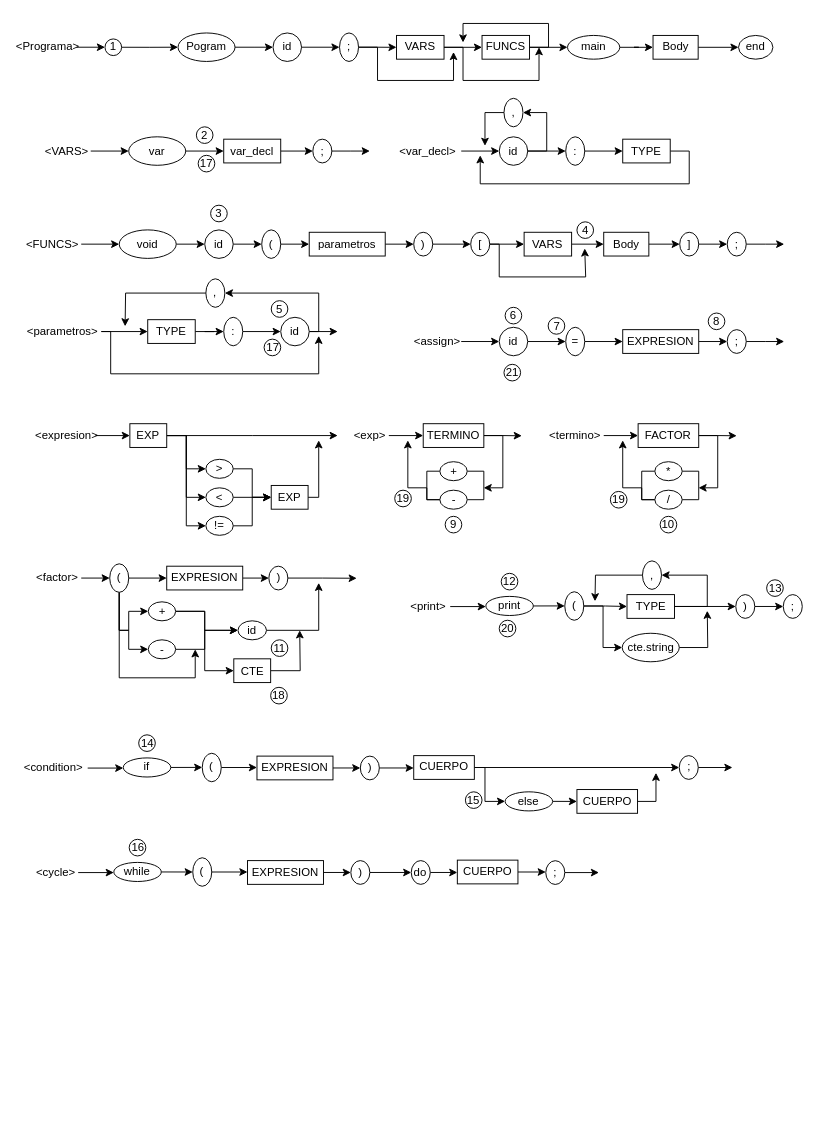
Above: docs/DiagramaBabyDuck.drawio in A00833574/Babyduck (draw.io), before the change. Source tidied: cells renumbered, new cells numbered last; positions are measured from the earlier drawing's top-left corner, leaving out a move shared by most shapes. Both pictures are drawn from the tidied source at 95%, with x=0, y=0 at pixel (19, 23).
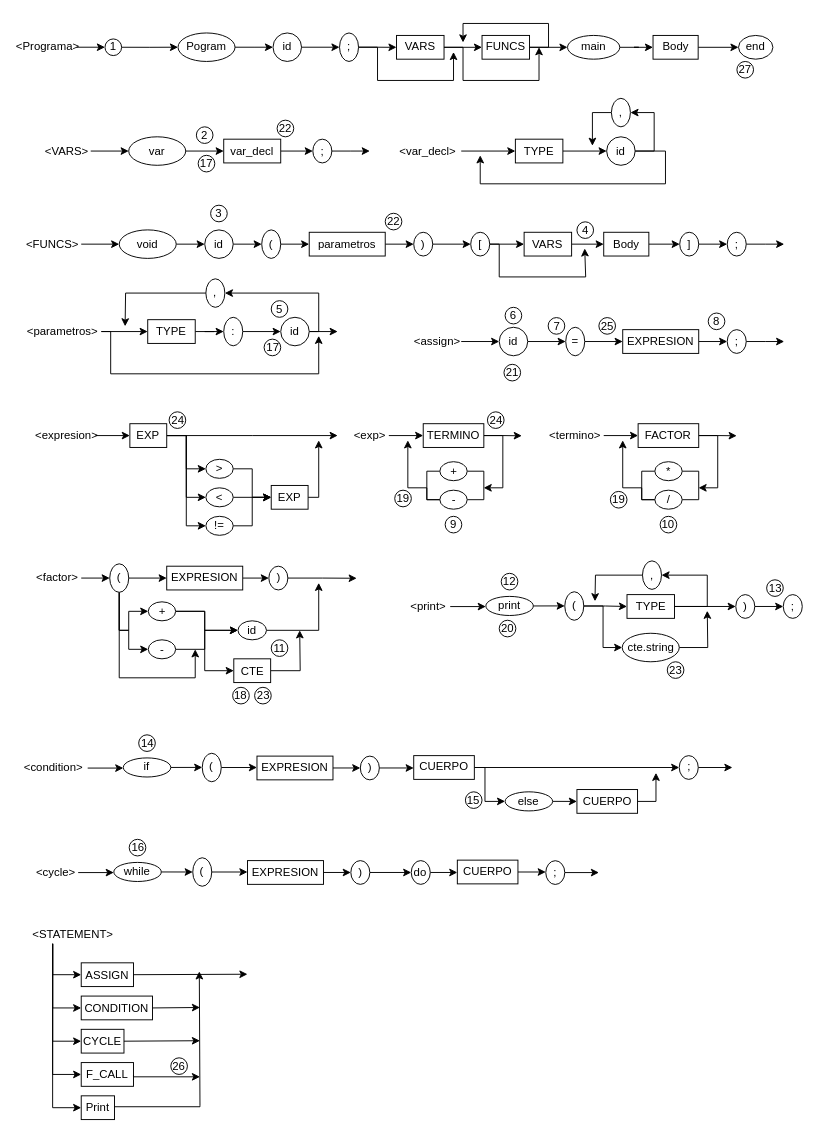
Above is the later version.

The change refers to these unchanged cells:
```xml
<mxCell id="62" value="&amp;lt;var_decl&amp;gt;" style="text;html=1;align=center;verticalAlign=middle;whiteSpace=wrap;rounded=0;" parent="1" vertex="1">
  <mxGeometry x="395" y="119.5" width="70" height="30" as="geometry" />
</mxCell>
```

Change to the diagram source:
```diff
@@
-    <mxCell id="52" style="edgeStyle=orthogonalEdgeStyle;rounded=0;jettySize=auto;html=1;" parent="1" edge="1" source="54" target="56">
-      <mxGeometry relative="1" as="geometry" />
-    </mxCell>
@@
     <mxCell id="54" value="id" style="ellipse;whiteSpace=wrap;html=1;" parent="1" vertex="1">
-      <mxGeometry x="505" y="119.5" width="30" height="30" as="geometry" />
+      <mxGeometry x="618.1" y="119.5" width="30" height="30" as="geometry" />
     </mxCell>
-    <mxCell id="55" style="edgeStyle=orthogonalEdgeStyle;rounded=0;jettySize=auto;html=1;" parent="1" edge="1" source="56" target="58">
-      <mxGeometry relative="1" as="geometry" />
-    </mxCell>
-    <mxCell id="56" value=":" style="ellipse;whiteSpace=wrap;html=1;" parent="1" vertex="1">
-      <mxGeometry x="575" y="119.5" width="20" height="30" as="geometry" />
-    </mxCell>
-    <mxCell id="57" style="edgeStyle=orthogonalEdgeStyle;rounded=0;jettySize=auto;html=1;exitX=1;exitY=0.5;exitDx=0;exitDy=0;" parent="1" edge="1" source="58">
+    <mxCell id="57" style="edgeStyle=orthogonalEdgeStyle;rounded=0;jettySize=auto;html=1;exitX=1;exitY=0.5;exitDx=0;exitDy=0;" parent="1" edge="1" source="54">
       <mxGeometry relative="1" as="geometry">
         <mxPoint x="485" y="139" as="targetPoint" />
         <Array as="points">
-          <mxPoint x="705" y="135" />
-          <mxPoint x="705" y="169" />
+          <mxPoint x="680" y="135" />
+          <mxPoint x="680" y="169" />
           <mxPoint x="485" y="169" />
         </Array>
       </mxGeometry>
     </mxCell>
-    <mxCell id="58" value="TYPE" style="whiteSpace=wrap;html=1;" parent="1" vertex="1">
-      <mxGeometry x="635" y="122" width="50" height="25" as="geometry" />
-    </mxCell>
     <mxCell id="59" style="edgeStyle=orthogonalEdgeStyle;rounded=0;jettySize=auto;html=1;exitX=0;exitY=0.5;exitDx=0;exitDy=0;" parent="1" edge="1" source="60">
       <mxGeometry relative="1" as="geometry">
-        <mxPoint x="490" y="129" as="targetPoint" />
+        <mxPoint x="603.1" y="129" as="targetPoint" />
       </mxGeometry>
     </mxCell>
     <mxCell id="60" value="," style="ellipse;whiteSpace=wrap;html=1;" parent="1" vertex="1">
-      <mxGeometry x="510" y="79" width="20" height="30" as="geometry" />
+      <mxGeometry x="623.1" y="79" width="20" height="30" as="geometry" />
     </mxCell>
-    <mxCell id="61" style="edgeStyle=orthogonalEdgeStyle;rounded=0;jettySize=auto;html=1;exitX=1;exitY=0.5;exitDx=0;exitDy=0;entryX=0;entryY=0.5;entryDx=0;entryDy=0;" parent="1" edge="1" source="62" target="54">
+    <mxCell id="61" style="edgeStyle=orthogonalEdgeStyle;rounded=0;jettySize=auto;html=1;exitX=1;exitY=0.5;exitDx=0;exitDy=0;entryX=0;entryY=0.5;entryDx=0;entryDy=0;" parent="1" edge="1" source="58" target="54">
       <mxGeometry relative="1" as="geometry" />
     </mxCell>
@@
     <mxCell id="212" value="18" style="ellipse;whiteSpace=wrap;html=1;" parent="1" vertex="1">
-      <mxGeometry x="264.4" y="699" width="17.5" height="17.5" as="geometry" />
+      <mxGeometry x="224.4" y="699" width="17.5" height="17.5" as="geometry" />
     </mxCell>
@@
+    <mxCell id="217" value="22" style="ellipse;whiteSpace=wrap;html=1;" parent="1" vertex="1">
+      <mxGeometry x="271.2" y="102" width="17.5" height="17.5" as="geometry" />
+    </mxCell>
+    <mxCell id="218" value="23" style="ellipse;whiteSpace=wrap;html=1;" parent="1" vertex="1">
+      <mxGeometry x="247.5" y="699" width="17.5" height="17.5" as="geometry" />
+    </mxCell>
+    <mxCell id="219" value="24" style="ellipse;whiteSpace=wrap;html=1;" parent="1" vertex="1">
+      <mxGeometry x="157.5" y="409" width="17.5" height="17.5" as="geometry" />
+    </mxCell>
+    <mxCell id="220" style="edgeStyle=orthogonalEdgeStyle;rounded=0;jettySize=auto;html=1;exitX=1;exitY=0.5;exitDx=0;exitDy=0;entryX=0;entryY=0.5;entryDx=0;entryDy=0;" parent="1" edge="1" source="62" target="58">
+      <mxGeometry relative="1" as="geometry" />
+    </mxCell>
+    <mxCell id="58" value="TYPE" style="whiteSpace=wrap;html=1;" parent="1" vertex="1">
+      <mxGeometry x="522" y="122" width="50" height="25" as="geometry" />
+    </mxCell>
+    <mxCell id="221" value="24" style="ellipse;whiteSpace=wrap;html=1;" parent="1" vertex="1">
+      <mxGeometry x="492.6" y="409" width="17.5" height="17.5" as="geometry" />
+    </mxCell>
+    <mxCell id="222" value="22" style="ellipse;whiteSpace=wrap;html=1;" parent="1" vertex="1">
+      <mxGeometry x="385" y="200" width="17.5" height="17.5" as="geometry" />
+    </mxCell>
+    <mxCell id="223" value="23" style="ellipse;whiteSpace=wrap;html=1;" parent="1" vertex="1">
+      <mxGeometry x="681.9" y="672.1" width="17.5" height="17.5" as="geometry" />
+    </mxCell>
+    <mxCell id="224" value="25" style="ellipse;whiteSpace=wrap;html=1;" parent="1" vertex="1">
+      <mxGeometry x="609.9" y="309.8" width="17.5" height="17.5" as="geometry" />
+    </mxCell>
+    <mxCell id="225" value="27" style="ellipse;whiteSpace=wrap;html=1;" parent="1" vertex="1">
+      <mxGeometry x="755.2" y="40.2" width="17.5" height="17.5" as="geometry" />
+    </mxCell>
+    <mxCell id="226" style="edgeStyle=orthogonalEdgeStyle;rounded=0;jettySize=auto;html=1;exitX=0.25;exitY=1;exitDx=0;exitDy=0;entryX=0;entryY=0.5;entryDx=0;entryDy=0;" parent="1" edge="1" source="231" target="232">
+      <mxGeometry relative="1" as="geometry" />
+    </mxCell>
+    <mxCell id="227" style="edgeStyle=orthogonalEdgeStyle;rounded=0;jettySize=auto;html=1;exitX=0.25;exitY=1;exitDx=0;exitDy=0;entryX=0;entryY=0.5;entryDx=0;entryDy=0;" parent="1" edge="1" source="231" target="233">
+      <mxGeometry relative="1" as="geometry" />
+    </mxCell>
+    <mxCell id="228" style="edgeStyle=orthogonalEdgeStyle;rounded=0;jettySize=auto;html=1;exitX=0.25;exitY=1;exitDx=0;exitDy=0;entryX=0;entryY=0.5;entryDx=0;entryDy=0;" parent="1" edge="1" source="231" target="234">
+      <mxGeometry relative="1" as="geometry" />
+    </mxCell>
+    <mxCell id="229" style="edgeStyle=orthogonalEdgeStyle;rounded=0;jettySize=auto;html=1;exitX=0.25;exitY=1;exitDx=0;exitDy=0;entryX=0;entryY=0.5;entryDx=0;entryDy=0;" parent="1" edge="1" source="231" target="235">
+      <mxGeometry relative="1" as="geometry" />
+    </mxCell>
+    <mxCell id="230" style="edgeStyle=orthogonalEdgeStyle;rounded=0;jettySize=auto;html=1;exitX=0.25;exitY=1;exitDx=0;exitDy=0;entryX=0;entryY=0.5;entryDx=0;entryDy=0;" parent="1" edge="1" source="231" target="237">
+      <mxGeometry relative="1" as="geometry" />
+    </mxCell>
+    <mxCell id="231" value="&amp;lt;STATEMENT&amp;gt;" style="text;html=1;align=center;verticalAlign=middle;whiteSpace=wrap;rounded=0;" parent="1" vertex="1">
+      <mxGeometry x="13.2" y="949" width="86.8" height="20" as="geometry" />
+    </mxCell>
+    <mxCell id="232" value="ASSIGN" style="whiteSpace=wrap;html=1;" parent="1" vertex="1">
+      <mxGeometry x="65" y="989" width="55" height="25" as="geometry" />
+    </mxCell>
+    <mxCell id="233" value="CONDITION" style="whiteSpace=wrap;html=1;" parent="1" vertex="1">
+      <mxGeometry x="65" y="1024" width="75" height="25" as="geometry" />
+    </mxCell>
+    <mxCell id="234" value="CYCLE" style="whiteSpace=wrap;html=1;" parent="1" vertex="1">
+      <mxGeometry x="65" y="1059" width="45" height="25" as="geometry" />
+    </mxCell>
+    <mxCell id="235" value="F_CALL" style="whiteSpace=wrap;html=1;" parent="1" vertex="1">
+      <mxGeometry x="65" y="1094" width="55" height="25" as="geometry" />
+    </mxCell>
+    <mxCell id="236" style="edgeStyle=orthogonalEdgeStyle;rounded=0;orthogonalLoop=1;jettySize=auto;html=1;exitX=1;exitY=0.5;exitDx=0;exitDy=0;" parent="1" edge="1">
+      <mxGeometry relative="1" as="geometry">
+        <mxPoint x="99.3" y="1140.5" as="sourcePoint" />
+        <mxPoint x="189.3" y="998" as="targetPoint" />
+        <Array as="points">
+          <mxPoint x="190" y="1141" />
+          <mxPoint x="190" y="1139" />
+          <mxPoint x="189" y="1139" />
+        </Array>
+      </mxGeometry>
+    </mxCell>
+    <mxCell id="237" value="Print" style="whiteSpace=wrap;html=1;" parent="1" vertex="1">
+      <mxGeometry x="65" y="1129" width="35" height="25" as="geometry" />
+    </mxCell>
+    <mxCell id="238" style="edgeStyle=orthogonalEdgeStyle;rounded=0;jettySize=auto;html=1;exitX=1;exitY=0.5;exitDx=0;exitDy=0;" parent="1" edge="1" source="232">
+      <mxGeometry relative="1" as="geometry">
+        <mxPoint x="240" y="1001" as="targetPoint" />
+      </mxGeometry>
+    </mxCell>
+    <mxCell id="239" style="edgeStyle=orthogonalEdgeStyle;rounded=0;jettySize=auto;html=1;exitX=1;exitY=0.5;exitDx=0;exitDy=0;" parent="1" edge="1" source="233">
+      <mxGeometry relative="1" as="geometry">
+        <mxPoint x="190" y="1036" as="targetPoint" />
+      </mxGeometry>
+    </mxCell>
+    <mxCell id="240" style="edgeStyle=orthogonalEdgeStyle;rounded=0;jettySize=auto;html=1;exitX=1;exitY=0.5;exitDx=0;exitDy=0;" parent="1" edge="1" source="234">
+      <mxGeometry relative="1" as="geometry">
+        <mxPoint x="190" y="1071" as="targetPoint" />
+      </mxGeometry>
+    </mxCell>
+    <mxCell id="241" style="edgeStyle=orthogonalEdgeStyle;rounded=0;orthogonalLoop=1;jettySize=auto;html=1;exitX=1;exitY=0.5;exitDx=0;exitDy=0;" parent="1" edge="1">
+      <mxGeometry relative="1" as="geometry">
+        <mxPoint x="120" y="1106.8" as="sourcePoint" />
+        <mxPoint x="190" y="1109" as="targetPoint" />
+        <Array as="points">
+          <mxPoint x="120" y="1109" />
+          <mxPoint x="170" y="1109" />
+        </Array>
+      </mxGeometry>
+    </mxCell>
+    <mxCell id="242" value="26" style="ellipse;whiteSpace=wrap;html=1;" parent="1" vertex="1">
+      <mxGeometry x="159.3" y="1089" width="17.5" height="17.5" as="geometry" />
+    </mxCell>
```
